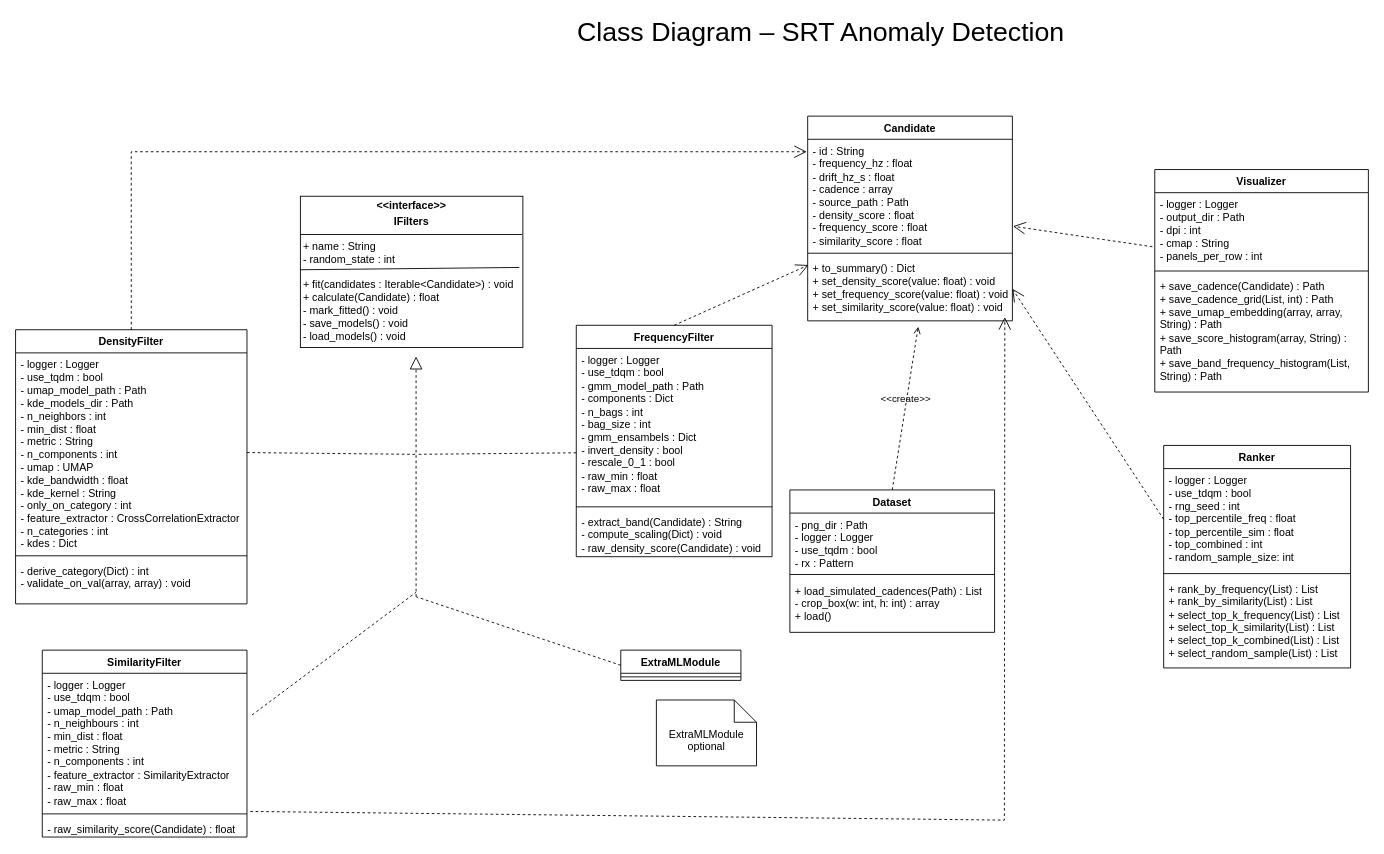
Before: docs/uml/04_class/class_diagram.drawio in DavideDeplano/srt-anomaly-detection, a draw.io diagram. Source tidied: cells renumbered, new cells numbered last; positions are measured from the earlier drawing's top-left corner, leaving out a move shared by most shapes. Both pictures are drawn from the tidied source at 89%, with x=0, y=0 at pixel (15, 18).
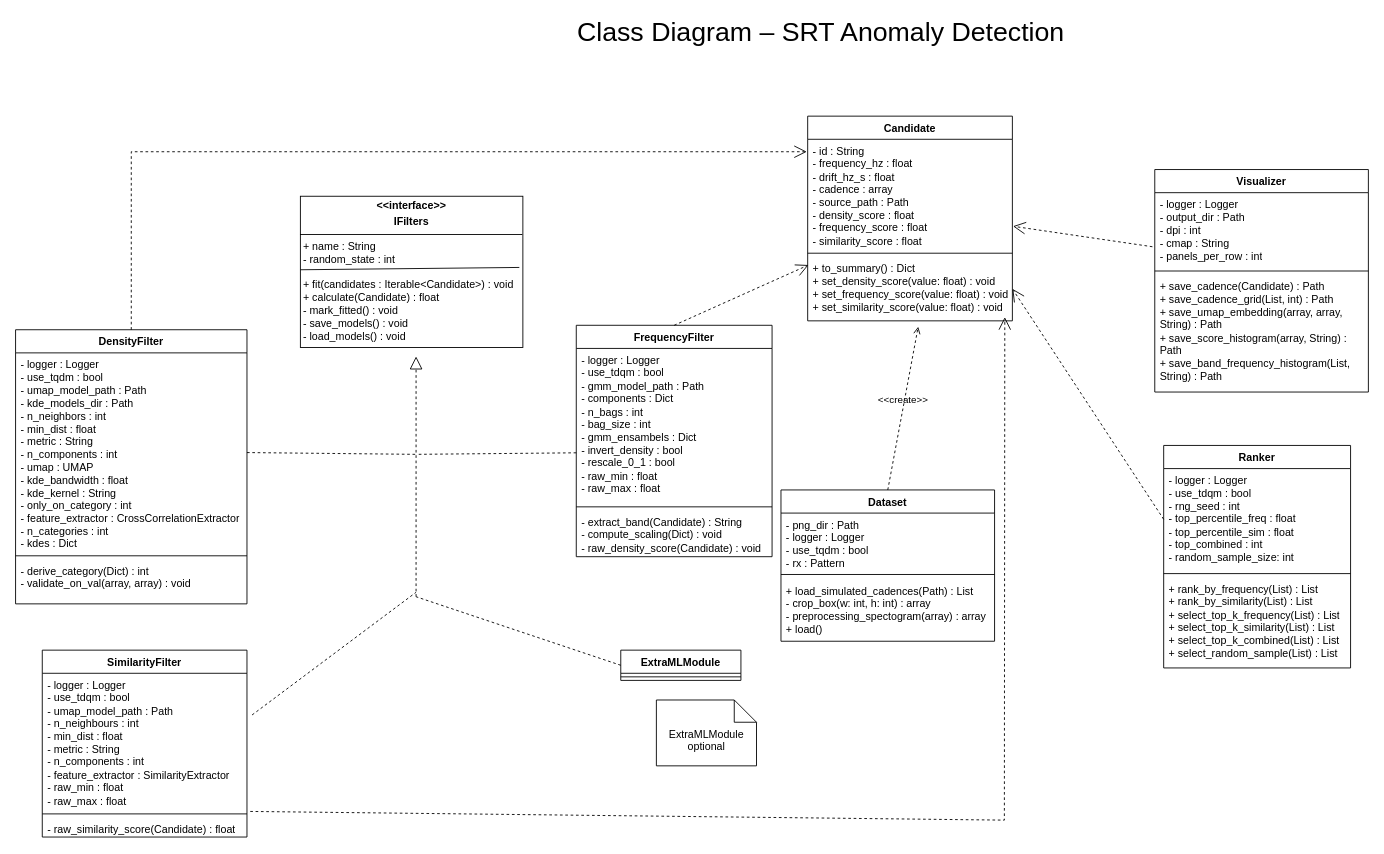
The same page after the edit.

Commit message (it also covers changes not shown here):
Aggiornati diagrammi e doc

Change to the diagram source:
```diff
@@
     <mxCell id="9" value="Dataset" style="swimlane;fontStyle=1;align=center;verticalAlign=top;horizontal=1;startSize=26;whiteSpace=wrap;html=1;" parent="1" vertex="1">
-      <mxGeometry x="870" y="530" width="230" height="160" as="geometry" />
+      <mxGeometry x="860" y="530" width="240" height="170" as="geometry" />
     </mxCell>
     <mxCell id="10" value="- png_dir : Path&lt;div&gt;- logger : Logger&lt;/div&gt;&lt;div&gt;- use_tqdm : bool&lt;/div&gt;&lt;div&gt;- rx : Pattern&lt;/div&gt;" style="text;strokeColor=none;fillColor=none;align=left;verticalAlign=top;spacingLeft=4;spacingRight=4;overflow=hidden;whiteSpace=wrap;html=1;" parent="9" vertex="1">
-      <mxGeometry y="26" width="230" height="64" as="geometry" />
+      <mxGeometry y="26" width="240" height="64" as="geometry" />
     </mxCell>
     <mxCell id="11" style="line;strokeWidth=1;fillColor=none;align=left;verticalAlign=middle;spacingTop=-1;spacingLeft=3;spacingRight=3;labelPosition=right;strokeColor=inherit;" parent="9" vertex="1">
-      <mxGeometry y="90" width="230" height="10" as="geometry" />
+      <mxGeometry y="90" width="240" height="10" as="geometry" />
     </mxCell>
-    <mxCell id="12" value="&lt;div&gt;+ load_simulated_cadences(Path) : List&lt;/div&gt;&lt;div&gt;- crop_box(w: int, h: int) : array&lt;/div&gt;+ load()" style="text;strokeColor=none;fillColor=none;align=left;verticalAlign=top;spacingLeft=4;spacingRight=4;overflow=hidden;whiteSpace=wrap;html=1;" parent="9" vertex="1">
-      <mxGeometry y="100" width="230" height="60" as="geometry" />
+    <mxCell id="12" value="&lt;div&gt;+ load_simulated_cadences(Path) : List&lt;/div&gt;&lt;div&gt;- crop_box(w: int, h: int) : array&lt;/div&gt;&lt;div&gt;- preprocessing_spectogram(array) : array&lt;/div&gt;+ load()" style="text;strokeColor=none;fillColor=none;align=left;verticalAlign=top;spacingLeft=4;spacingRight=4;overflow=hidden;whiteSpace=wrap;html=1;" parent="9" vertex="1">
+      <mxGeometry y="100" width="240" height="70" as="geometry" />
     </mxCell>
```
